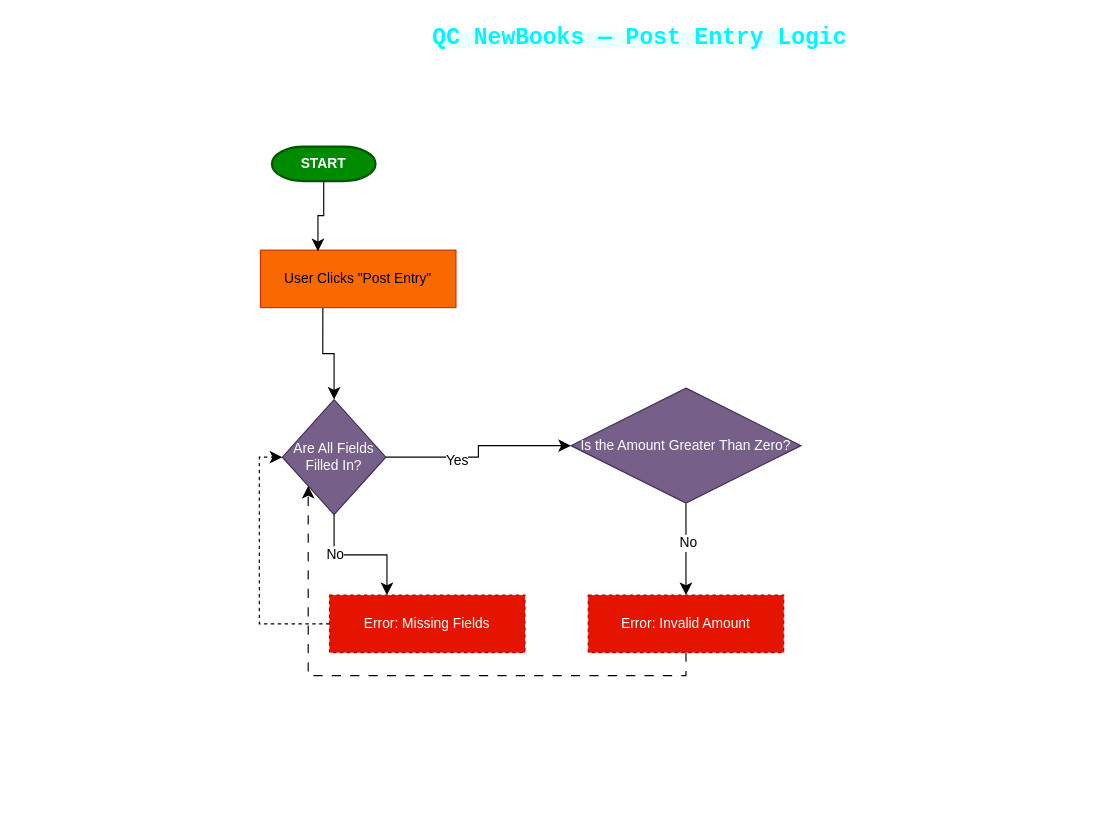
callefrankie227-beep/diagram-qc-new-books keeps this draw.io diagram as page "Part A — Flowchart" (1 of 2) of QC_NewBooks_Diagrams.drawio. Above is the earlier version. Source tidied: cells renumbered, new cells numbered last; positions are measured from the earlier drawing's top-left corner, leaving out a move shared by most shapes. Both pictures are drawn from the tidied source at 115%, with x=0, y=0 at pixel (260, 20).
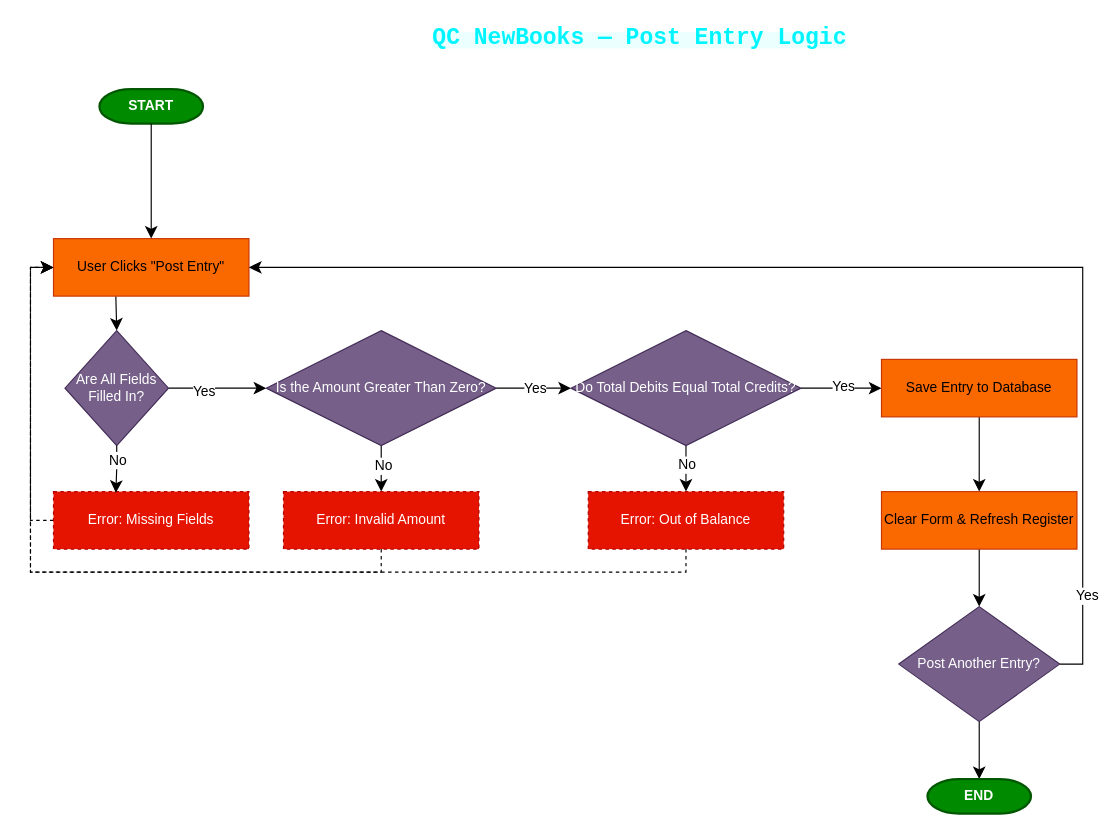
The same page after the edit.

Change to the diagram source:
```diff
@@
     <mxCell id="3" value="&lt;b&gt;START&lt;/b&gt;" style="strokeWidth=2;html=1;shape=mxgraph.flowchart.terminator;whiteSpace=wrap;fillColor=#008a00;fontColor=#ffffff;strokeColor=light-dark(#005700,#003300);gradientColor=none;" parent="1" vertex="1">
-      <mxGeometry x="10" y="110" width="90" height="30" as="geometry" />
+      <mxGeometry x="-140" y="60" width="90" height="30" as="geometry" />
     </mxCell>
@@
     <mxCell id="5" value="User Clicks &quot;Post Entry&quot;" style="html=1;dashed=0;whiteSpace=wrap;fillColor=#fa6800;fontColor=light-dark(#000000,#000000);strokeColor=light-dark(#C73500,#331A00);" parent="1" vertex="1">
-      <mxGeometry y="200" width="170" height="50" as="geometry" />
+      <mxGeometry x="-180" y="190" width="170" height="50" as="geometry" />
     </mxCell>
-    <mxCell id="6" style="edgeStyle=orthogonalEdgeStyle;rounded=0;jettySize=auto;html=1;entryX=0.294;entryY=0.02;entryDx=0;entryDy=0;entryPerimeter=0;fontSize=12;startSize=8;endSize=8;exitX=0.5;exitY=1;exitDx=0;exitDy=0;exitPerimeter=0;" parent="1" edge="1" source="3" target="5">
+    <mxCell id="6" style="edgeStyle=orthogonalEdgeStyle;rounded=0;jettySize=auto;html=1;entryX=0.5;entryY=0;entryDx=0;entryDy=0;fontSize=12;startSize=8;endSize=8;exitX=0.5;exitY=1;exitDx=0;exitDy=0;exitPerimeter=0;" parent="1" edge="1" source="3" target="5">
       <mxGeometry relative="1" as="geometry" />
     </mxCell>
@@
     <mxCell id="9" value="Are All Fields Filled In?" style="rhombus;whiteSpace=wrap;html=1;fillColor=#76608a;fontColor=#ffffff;strokeColor=light-dark(#432D57,#190033);" parent="1" vertex="1">
-      <mxGeometry x="19" y="330" width="90" height="100" as="geometry" />
+      <mxGeometry x="-170" y="270" width="90" height="100" as="geometry" />
     </mxCell>
-    <mxCell id="10" style="edgeStyle=orthogonalEdgeStyle;rounded=0;jettySize=auto;html=1;exitX=0;exitY=0.5;exitDx=0;exitDy=0;entryX=0;entryY=0.5;entryDx=0;entryDy=0;fontSize=12;startSize=8;endSize=8;dashed=1;" parent="1" edge="1" source="11" target="9">
+    <mxCell id="10" style="edgeStyle=orthogonalEdgeStyle;rounded=0;jettySize=auto;html=1;exitX=0;exitY=0.5;exitDx=0;exitDy=0;fontSize=12;startSize=8;endSize=8;dashed=1;entryX=0;entryY=0.5;entryDx=0;entryDy=0;" parent="1" edge="1" source="11" target="5">
       <mxGeometry relative="1" as="geometry" />
     </mxCell>
     <mxCell id="11" value="Error: Missing Fields" style="html=1;dashed=1;whiteSpace=wrap;fillColor=light-dark(#E51400,#FF3333);fontColor=#ffffff;strokeColor=light-dark(#B20000,#330000);" parent="1" vertex="1">
-      <mxGeometry x="60" y="500" width="170" height="50" as="geometry" />
+      <mxGeometry x="-180" y="410" width="170" height="50" as="geometry" />
     </mxCell>
-    <mxCell id="12" style="rounded=0;jettySize=auto;html=1;exitX=0.5;exitY=1;exitDx=0;exitDy=0;entryX=0.294;entryY=0;entryDx=0;entryDy=0;entryPerimeter=0;fontSize=12;startSize=8;endSize=8;edgeStyle=orthogonalEdgeStyle;" parent="1" edge="1" source="9" target="11">
+    <mxCell id="12" style="rounded=0;jettySize=auto;html=1;exitX=0.5;exitY=1;exitDx=0;exitDy=0;entryX=0.319;entryY=0.021;entryDx=0;entryDy=0;entryPerimeter=0;fontSize=12;startSize=8;endSize=8;edgeStyle=orthogonalEdgeStyle;" parent="1" edge="1" source="9" target="11">
       <mxGeometry relative="1" as="geometry" />
     </mxCell>
@@
+    <mxCell id="19" style="edgeStyle=orthogonalEdgeStyle;rounded=0;jettySize=auto;html=1;exitX=1;exitY=0.5;exitDx=0;exitDy=0;entryX=0;entryY=0.5;entryDx=0;entryDy=0;fontSize=12;startSize=8;endSize=8;" parent="1" edge="1" source="16" target="25">
+      <mxGeometry relative="1" as="geometry" />
+    </mxCell>
+    <mxCell id="20" value="Yes" style="edgeLabel;html=1;align=center;verticalAlign=middle;fontSize=12;" parent="19" vertex="1">
+      <mxGeometry relative="1" as="geometry" />
+    </mxCell>
     <mxCell id="16" value="&lt;div style=&quot;&quot;&gt;&lt;span style=&quot;background-color: transparent; color: light-dark(rgb(255, 255, 255), rgb(18, 18, 18));&quot;&gt;Is the Amount Greater Than Zero?&lt;/span&gt;&lt;/div&gt;" style="rhombus;whiteSpace=wrap;html=1;fillColor=#76608a;strokeColor=#432D57;fontColor=#ffffff;align=center;" parent="1" vertex="1">
-      <mxGeometry x="270" y="320" width="200" height="100" as="geometry" />
+      <mxGeometry x="5" y="270" width="200" height="100" as="geometry" />
     </mxCell>
-    <mxCell id="17" style="edgeStyle=orthogonalEdgeStyle;rounded=0;jettySize=auto;html=1;exitX=0.5;exitY=1;exitDx=0;exitDy=0;fontSize=12;startSize=8;endSize=8;dashed=1;dashPattern=8 8;entryX=0;entryY=1;entryDx=0;entryDy=0;" parent="1" edge="1" source="18" target="9">
+    <mxCell id="17" style="edgeStyle=orthogonalEdgeStyle;rounded=0;jettySize=auto;html=1;exitX=0.5;exitY=1;exitDx=0;exitDy=0;fontSize=12;startSize=8;endSize=8;dashed=1;entryX=0;entryY=0.5;entryDx=0;entryDy=0;" parent="1" edge="1" source="18" target="5">
       <mxGeometry relative="1" as="geometry" />
     </mxCell>
     <mxCell id="18" value="Error: Invalid Amount" style="html=1;dashed=1;whiteSpace=wrap;fillColor=light-dark(#E51400,#FF3333);fontColor=#ffffff;strokeColor=light-dark(#B20000,#330000);" parent="1" vertex="1">
-      <mxGeometry x="285" y="500" width="170" height="50" as="geometry" />
+      <mxGeometry x="20" y="410" width="170" height="50" as="geometry" />
     </mxCell>
+    <mxCell id="21" style="edgeStyle=orthogonalEdgeStyle;rounded=0;jettySize=auto;html=1;exitX=0.5;exitY=1;exitDx=0;exitDy=0;entryX=0.5;entryY=0;entryDx=0;entryDy=0;fontSize=12;startSize=8;endSize=8;" parent="1" edge="1" source="25" target="27">
+      <mxGeometry relative="1" as="geometry" />
+    </mxCell>
+    <mxCell id="22" value="No" style="edgeLabel;html=1;align=center;verticalAlign=middle;fontSize=12;" parent="21" vertex="1">
+      <mxGeometry x="-0.18" relative="1" as="geometry" />
+    </mxCell>
+    <mxCell id="23" style="edgeStyle=orthogonalEdgeStyle;rounded=0;jettySize=auto;html=1;exitX=1;exitY=0.5;exitDx=0;exitDy=0;entryX=0;entryY=0.5;entryDx=0;entryDy=0;fontSize=12;startSize=8;endSize=8;" parent="1" edge="1" source="25" target="29">
+      <mxGeometry relative="1" as="geometry" />
+    </mxCell>
+    <mxCell id="24" value="Yes" style="edgeLabel;html=1;align=center;verticalAlign=middle;fontSize=12;" parent="23" vertex="1">
+      <mxGeometry x="0.02" y="2" relative="1" as="geometry" />
+    </mxCell>
+    <mxCell id="25" value="&lt;div style=&quot;&quot;&gt;&lt;span style=&quot;background-color: transparent; color: light-dark(rgb(255, 255, 255), rgb(18, 18, 18));&quot;&gt;Do Total Debits Equal Total Credits?&lt;/span&gt;&lt;/div&gt;" style="rhombus;whiteSpace=wrap;html=1;fillColor=#76608a;strokeColor=#432D57;fontColor=#ffffff;align=center;" parent="1" vertex="1">
+      <mxGeometry x="270" y="270" width="200" height="100" as="geometry" />
+    </mxCell>
+    <mxCell id="26" style="edgeStyle=orthogonalEdgeStyle;rounded=0;jettySize=auto;html=1;exitX=0.5;exitY=1;exitDx=0;exitDy=0;entryX=0;entryY=0.5;entryDx=0;entryDy=0;fontSize=12;startSize=8;endSize=8;dashed=1;" parent="1" edge="1" source="27" target="5">
+      <mxGeometry relative="1" as="geometry" />
+    </mxCell>
+    <mxCell id="27" value="Error: Out of Balance" style="html=1;dashed=1;whiteSpace=wrap;fillColor=light-dark(#E51400,#FF3333);fontColor=#ffffff;strokeColor=light-dark(#B20000,#330000);" parent="1" vertex="1">
+      <mxGeometry x="285" y="410" width="170" height="50" as="geometry" />
+    </mxCell>
+    <mxCell id="28" style="edgeStyle=none;curved=1;rounded=0;jettySize=auto;html=1;exitX=0.5;exitY=1;exitDx=0;exitDy=0;entryX=0.5;entryY=0;entryDx=0;entryDy=0;fontSize=12;startSize=8;endSize=8;" parent="1" edge="1" source="29" target="31">
+      <mxGeometry relative="1" as="geometry" />
+    </mxCell>
+    <mxCell id="29" value="Save Entry to Database" style="html=1;dashed=0;whiteSpace=wrap;fillColor=#fa6800;fontColor=light-dark(#000000,#000000);strokeColor=light-dark(#C73500,#331A00);" parent="1" vertex="1">
+      <mxGeometry x="540" y="295" width="170" height="50" as="geometry" />
+    </mxCell>
+    <mxCell id="30" style="edgeStyle=none;curved=1;rounded=0;jettySize=auto;html=1;exitX=0.5;exitY=1;exitDx=0;exitDy=0;entryX=0.5;entryY=0;entryDx=0;entryDy=0;fontSize=12;startSize=8;endSize=8;" parent="1" edge="1" source="31" target="35">
+      <mxGeometry relative="1" as="geometry" />
+    </mxCell>
+    <mxCell id="31" value="Clear Form &amp;amp; Refresh Register" style="html=1;dashed=0;whiteSpace=wrap;fillColor=#fa6800;fontColor=light-dark(#000000,#000000);strokeColor=light-dark(#C73500,#331A00);" parent="1" vertex="1">
+      <mxGeometry x="540" y="410" width="170" height="50" as="geometry" />
+    </mxCell>
+    <mxCell id="32" style="edgeStyle=orthogonalEdgeStyle;rounded=0;jettySize=auto;html=1;exitX=1;exitY=0.5;exitDx=0;exitDy=0;fontSize=12;startSize=8;endSize=8;entryX=1;entryY=0.5;entryDx=0;entryDy=0;" parent="1" edge="1" source="35" target="5">
+      <mxGeometry relative="1" as="geometry" />
+    </mxCell>
+    <mxCell id="33" value="Yes" style="edgeLabel;html=1;align=center;verticalAlign=middle;fontSize=12;" parent="32" vertex="1">
+      <mxGeometry x="-0.08" y="-4" relative="1" as="geometry">
+        <mxPoint x="139" y="289" as="offset" />
+      </mxGeometry>
+    </mxCell>
+    <mxCell id="34" style="edgeStyle=none;curved=1;rounded=0;jettySize=auto;html=1;exitX=0.5;exitY=1;exitDx=0;exitDy=0;fontSize=12;startSize=8;endSize=8;entryX=0.5;entryY=0;entryDx=0;entryDy=0;entryPerimeter=0;" parent="1" edge="1" source="35" target="36">
+      <mxGeometry relative="1" as="geometry" />
+    </mxCell>
+    <mxCell id="35" value="&lt;div style=&quot;&quot;&gt;&lt;span style=&quot;background-color: transparent; color: light-dark(rgb(255, 255, 255), rgb(18, 18, 18));&quot;&gt;Post Another Entry?&lt;/span&gt;&lt;/div&gt;" style="rhombus;whiteSpace=wrap;html=1;fillColor=#76608a;strokeColor=#432D57;fontColor=#ffffff;align=center;" parent="1" vertex="1">
+      <mxGeometry x="555" y="510" width="140" height="100" as="geometry" />
+    </mxCell>
+    <mxCell id="36" value="&lt;b&gt;END&lt;/b&gt;" style="strokeWidth=2;html=1;shape=mxgraph.flowchart.terminator;whiteSpace=wrap;fillColor=#008a00;fontColor=#ffffff;strokeColor=light-dark(#005700,#003300);gradientColor=none;" parent="1" vertex="1">
+      <mxGeometry x="580" y="660" width="90" height="30" as="geometry" />
+    </mxCell>
```
